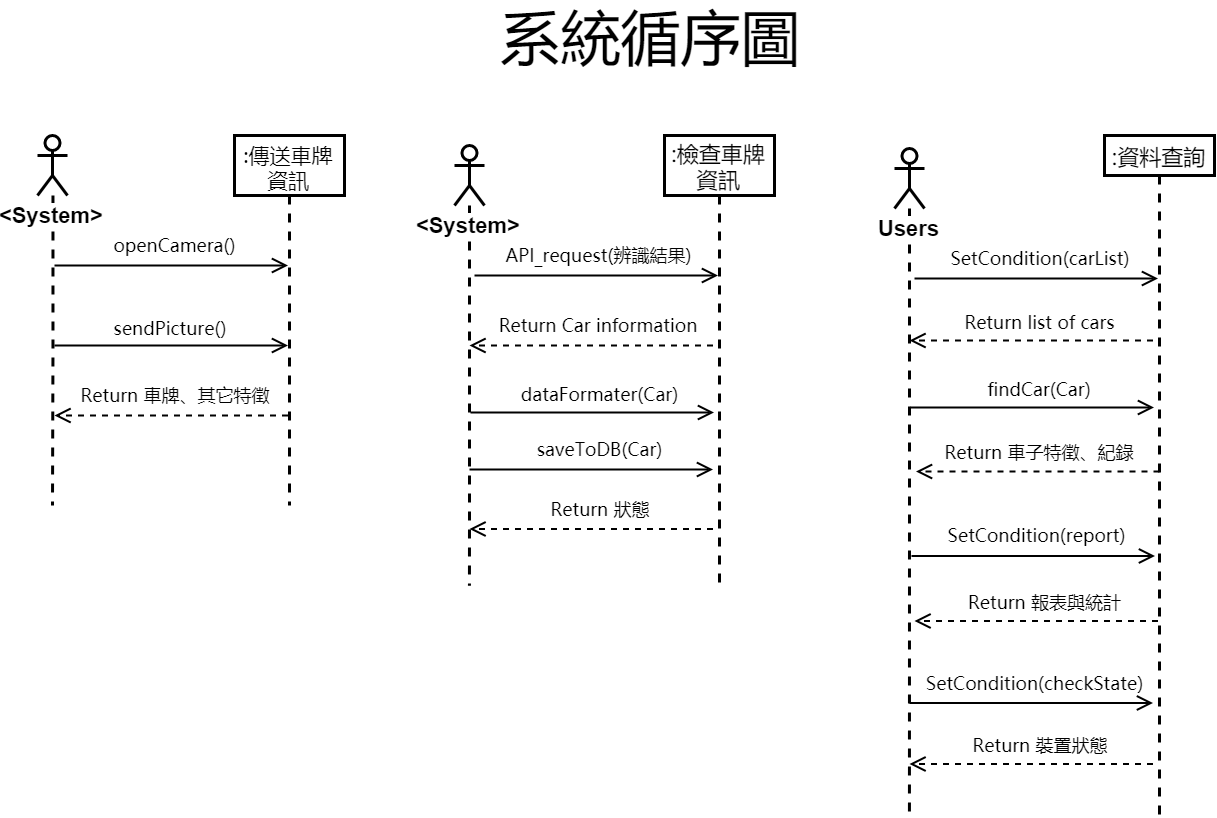
Above: sequence_diagram.png in YoShane/OO_Assignment (draw.io), before the change. Source tidied: cells renumbered, new cells last; positions are measured from the earlier drawing's top-left corner, leaving out a move shared by most shapes. The source it was exported from:
```xml
<mxGraphModel>
  <root>
    <mxCell id="0" />
    <mxCell id="1" parent="0" />
    <mxCell id="2" value="&lt;font style=&quot;font-size: 60px&quot;&gt;系統循序圖&lt;/font&gt;" style="text;html=1;strokeColor=none;fillColor=none;align=center;verticalAlign=middle;whiteSpace=wrap;rounded=0;fontFamily= Microsoft Yahei;fontSize=60;" parent="1" vertex="1">
      <mxGeometry x="429" width="368" height="20" as="geometry" />
    </mxCell>
    <mxCell id="3" style="edgeStyle=orthogonalEdgeStyle;rounded=0;jettySize=auto;html=1;strokeWidth=3;dashed=1;endArrow=none;endFill=0;" parent="1" edge="1" source="4">
      <mxGeometry relative="1" as="geometry">
        <mxPoint x="15" y="480" as="targetPoint" />
      </mxGeometry>
    </mxCell>
    <mxCell id="4" value="&lt;font style=&quot;font-size: 22px&quot;&gt;&lt;b&gt;&amp;lt;System&amp;gt;&lt;/b&gt;&lt;/font&gt;" style="shape=umlActor;verticalLabelPosition=bottom;labelBackgroundColor=#ffffff;verticalAlign=top;html=1;strokeWidth=3;" parent="1" vertex="1">
      <mxGeometry y="110" width="30" height="60" as="geometry" />
    </mxCell>
    <mxCell id="5" value="&lt;font style=&quot;font-size: 21px;&quot;&gt;:傳送車牌資訊&lt;/font&gt;" style="shape=umlLifeline;perimeter=lifelinePerimeter;whiteSpace=wrap;html=1;outlineConnect=0;strokeWidth=3;fontFamily= Microsoft Yahei;fontSize=21;size=60;" parent="1" vertex="1">
      <mxGeometry x="197" y="110" width="110" height="370" as="geometry" />
    </mxCell>
    <mxCell id="6" style="endArrow=open;endFill=1;endSize=12;html=1;strokeWidth=2;fontFamily= Microsoft Yahei;fontSize=18;" parent="1" edge="1" target="5">
      <mxGeometry relative="1" as="geometry">
        <mxPoint x="17" y="240" as="sourcePoint" />
      </mxGeometry>
    </mxCell>
    <mxCell id="7" value="&lt;font style=&quot;font-size: 18px&quot;&gt;openCamera()&lt;/font&gt;" style="text;html=1;strokeColor=none;fillColor=none;align=center;verticalAlign=middle;whiteSpace=wrap;rounded=0;fontFamily= Microsoft Yahei;fontSize=18;" parent="1" vertex="1">
      <mxGeometry x="77" y="210" width="120" height="20" as="geometry" />
    </mxCell>
    <mxCell id="8" style="endArrow=open;endFill=1;endSize=12;html=1;strokeWidth=2;fontFamily= Microsoft Yahei;fontSize=18;" parent="1" edge="1" target="5">
      <mxGeometry relative="1" as="geometry">
        <mxPoint x="17" y="320" as="sourcePoint" />
      </mxGeometry>
    </mxCell>
    <mxCell id="9" value="&lt;font style=&quot;font-size: 18px&quot;&gt;sendPicture()&lt;/font&gt;" style="text;html=1;strokeColor=none;fillColor=none;align=center;verticalAlign=middle;whiteSpace=wrap;rounded=0;fontFamily= Microsoft Yahei;fontSize=18;" parent="1" vertex="1">
      <mxGeometry x="82" y="293" width="100" height="20" as="geometry" />
    </mxCell>
    <mxCell id="10" style="endArrow=open;endFill=1;endSize=12;html=1;strokeWidth=2;fontFamily= Microsoft Yahei;fontSize=18;dashed=1;" parent="1" edge="1" source="5">
      <mxGeometry relative="1" as="geometry">
        <mxPoint x="17" y="390" as="targetPoint" />
      </mxGeometry>
    </mxCell>
    <mxCell id="11" value="Return 車牌、其它特徵" style="text;html=1;strokeColor=none;fillColor=none;align=center;verticalAlign=middle;whiteSpace=wrap;rounded=0;fontFamily= Microsoft Yahei;fontSize=18;" parent="1" vertex="1">
      <mxGeometry x="37" y="360" width="200" height="20" as="geometry" />
    </mxCell>
    <mxCell id="12" style="edgeStyle=orthogonalEdgeStyle;rounded=0;jettySize=auto;html=1;strokeWidth=3;dashed=1;endArrow=none;endFill=0;" parent="1" edge="1" source="13">
      <mxGeometry relative="1" as="geometry">
        <mxPoint x="432" y="560" as="targetPoint" />
        <Array as="points">
          <mxPoint x="432" y="490" />
        </Array>
      </mxGeometry>
    </mxCell>
    <mxCell id="13" value="&lt;font style=&quot;font-size: 22px&quot;&gt;&lt;b&gt;&amp;lt;System&amp;gt;&lt;/b&gt;&lt;/font&gt;" style="shape=umlActor;verticalLabelPosition=bottom;labelBackgroundColor=#ffffff;verticalAlign=top;html=1;strokeWidth=3;" parent="1" vertex="1">
      <mxGeometry x="417" y="120" width="30" height="60" as="geometry" />
    </mxCell>
    <mxCell id="14" value="&lt;font style=&quot;font-size: 22px;&quot;&gt;:檢查車牌資訊&lt;/font&gt;" style="shape=umlLifeline;perimeter=lifelinePerimeter;whiteSpace=wrap;html=1;outlineConnect=0;strokeWidth=3;fontFamily= Microsoft Yahei;fontSize=22;size=60;" parent="1" vertex="1">
      <mxGeometry x="627" y="110" width="110" height="450" as="geometry" />
    </mxCell>
    <mxCell id="15" style="endArrow=open;endFill=1;endSize=12;html=1;strokeWidth=2;fontFamily= Microsoft Yahei;fontSize=18;" parent="1" edge="1" target="14">
      <mxGeometry relative="1" as="geometry">
        <mxPoint x="437" y="250" as="sourcePoint" />
      </mxGeometry>
    </mxCell>
    <mxCell id="16" value="&lt;font style=&quot;font-size: 18px&quot;&gt;API_request(辨識結果)&lt;/font&gt;" style="text;html=1;strokeColor=none;fillColor=none;align=center;verticalAlign=middle;whiteSpace=wrap;rounded=0;fontFamily= Microsoft Yahei;fontSize=18;" parent="1" vertex="1">
      <mxGeometry x="461" y="220" width="200" height="20" as="geometry" />
    </mxCell>
    <mxCell id="17" style="endArrow=open;endFill=1;endSize=12;html=1;strokeWidth=2;fontFamily= Microsoft Yahei;fontSize=18;" parent="1" edge="1">
      <mxGeometry relative="1" as="geometry">
        <mxPoint x="432" y="444" as="sourcePoint" />
        <mxPoint x="675.5" y="444" as="targetPoint" />
      </mxGeometry>
    </mxCell>
    <mxCell id="18" value="&lt;font style=&quot;font-size: 18px&quot;&gt;saveToDB(Car)&lt;/font&gt;" style="text;html=1;strokeColor=none;fillColor=none;align=center;verticalAlign=middle;whiteSpace=wrap;rounded=0;fontFamily= Microsoft Yahei;fontSize=18;" parent="1" vertex="1">
      <mxGeometry x="487" y="413.5" width="150" height="20" as="geometry" />
    </mxCell>
    <mxCell id="19" style="endArrow=open;endFill=1;endSize=12;html=1;strokeWidth=2;fontFamily= Microsoft Yahei;fontSize=18;dashed=1;" parent="1" edge="1">
      <mxGeometry relative="1" as="geometry">
        <mxPoint x="675.5" y="320" as="sourcePoint" />
        <mxPoint x="432" y="320" as="targetPoint" />
      </mxGeometry>
    </mxCell>
    <mxCell id="20" value="Return Car information" style="text;html=1;strokeColor=none;fillColor=none;align=center;verticalAlign=middle;whiteSpace=wrap;rounded=0;fontFamily= Microsoft Yahei;fontSize=18;" parent="1" vertex="1">
      <mxGeometry x="452" y="290" width="215" height="20" as="geometry" />
    </mxCell>
    <mxCell id="21" style="endArrow=open;endFill=1;endSize=12;html=1;strokeWidth=2;fontFamily= Microsoft Yahei;fontSize=18;dashed=1;" parent="1" edge="1">
      <mxGeometry relative="1" as="geometry">
        <mxPoint x="675.5" y="503.5" as="sourcePoint" />
        <mxPoint x="432" y="503.5" as="targetPoint" />
      </mxGeometry>
    </mxCell>
    <mxCell id="22" value="Return 狀態" style="text;html=1;strokeColor=none;fillColor=none;align=center;verticalAlign=middle;whiteSpace=wrap;rounded=0;fontFamily= Microsoft Yahei;fontSize=18;" parent="1" vertex="1">
      <mxGeometry x="462" y="473.5" width="200" height="20" as="geometry" />
    </mxCell>
    <mxCell id="23" style="endArrow=open;endFill=1;endSize=12;html=1;strokeWidth=2;fontFamily= Microsoft Yahei;fontSize=18;" parent="1" edge="1">
      <mxGeometry relative="1" as="geometry">
        <mxPoint x="433" y="387" as="sourcePoint" />
        <mxPoint x="676.5" y="387" as="targetPoint" />
      </mxGeometry>
    </mxCell>
    <mxCell id="24" value="dataFormater(Car)" style="text;html=1;strokeColor=none;fillColor=none;align=center;verticalAlign=middle;whiteSpace=wrap;rounded=0;fontFamily= Microsoft Yahei;fontSize=18;" parent="1" vertex="1">
      <mxGeometry x="462" y="359" width="200" height="20" as="geometry" />
    </mxCell>
    <mxCell id="25" style="edgeStyle=orthogonalEdgeStyle;rounded=0;jettySize=auto;html=1;strokeWidth=3;dashed=1;endArrow=none;endFill=0;" parent="1" edge="1" source="26">
      <mxGeometry relative="1" as="geometry">
        <mxPoint x="872" y="790" as="targetPoint" />
        <Array as="points">
          <mxPoint x="872" y="493" />
        </Array>
      </mxGeometry>
    </mxCell>
    <mxCell id="26" value="Users" style="shape=umlActor;verticalLabelPosition=bottom;labelBackgroundColor=#ffffff;verticalAlign=top;html=1;strokeWidth=3;fontSize=22;fontStyle=1;" parent="1" vertex="1">
      <mxGeometry x="857" y="123" width="30" height="60" as="geometry" />
    </mxCell>
    <mxCell id="27" value="&lt;font style=&quot;font-size: 22px&quot;&gt;:資料查詢&lt;/font&gt;" style="shape=umlLifeline;perimeter=lifelinePerimeter;whiteSpace=wrap;html=1;outlineConnect=0;strokeWidth=3;fontFamily= Microsoft Yahei;fontSize=22;" parent="1" vertex="1">
      <mxGeometry x="1067" y="110" width="110" height="680" as="geometry" />
    </mxCell>
    <mxCell id="28" style="endArrow=open;endFill=1;endSize=12;html=1;strokeWidth=2;fontFamily= Microsoft Yahei;fontSize=18;" parent="1" edge="1" target="27">
      <mxGeometry relative="1" as="geometry">
        <mxPoint x="877" y="253" as="sourcePoint" />
      </mxGeometry>
    </mxCell>
    <mxCell id="29" value="&lt;font style=&quot;font-size: 18px&quot;&gt;SetCondition(carList)&lt;/font&gt;" style="text;html=1;strokeColor=none;fillColor=none;align=center;verticalAlign=middle;whiteSpace=wrap;rounded=0;fontFamily= Microsoft Yahei;fontSize=18;" parent="1" vertex="1">
      <mxGeometry x="917" y="223" width="170" height="20" as="geometry" />
    </mxCell>
    <mxCell id="30" style="endArrow=open;endFill=1;endSize=12;html=1;strokeWidth=2;fontFamily= Microsoft Yahei;fontSize=18;dashed=1;" parent="1" edge="1">
      <mxGeometry relative="1" as="geometry">
        <mxPoint x="1115.5" y="315" as="sourcePoint" />
        <mxPoint x="872" y="315" as="targetPoint" />
      </mxGeometry>
    </mxCell>
    <mxCell id="31" value="Return list of cars" style="text;html=1;strokeColor=none;fillColor=none;align=center;verticalAlign=middle;whiteSpace=wrap;rounded=0;fontFamily= Microsoft Yahei;fontSize=18;" parent="1" vertex="1">
      <mxGeometry x="902" y="287" width="200" height="20" as="geometry" />
    </mxCell>
    <mxCell id="32" style="endArrow=open;endFill=1;endSize=12;html=1;strokeWidth=2;fontFamily= Microsoft Yahei;fontSize=18;dashed=1;" parent="1" edge="1">
      <mxGeometry relative="1" as="geometry">
        <mxPoint x="1122" y="446" as="sourcePoint" />
        <mxPoint x="878.5" y="446" as="targetPoint" />
      </mxGeometry>
    </mxCell>
    <mxCell id="33" value="Return 報表與統計" style="text;html=1;strokeColor=none;fillColor=none;align=center;verticalAlign=middle;whiteSpace=wrap;rounded=0;fontFamily= Microsoft Yahei;fontSize=18;" parent="1" vertex="1">
      <mxGeometry x="907" y="567" width="200" height="20" as="geometry" />
    </mxCell>
    <mxCell id="34" style="endArrow=open;endFill=1;endSize=12;html=1;strokeWidth=2;fontFamily= Microsoft Yahei;fontSize=18;" parent="1" edge="1">
      <mxGeometry relative="1" as="geometry">
        <mxPoint x="873" y="382" as="sourcePoint" />
        <mxPoint x="1116.5" y="382" as="targetPoint" />
      </mxGeometry>
    </mxCell>
    <mxCell id="35" value="findCar(Car)" style="text;html=1;strokeColor=none;fillColor=none;align=center;verticalAlign=middle;whiteSpace=wrap;rounded=0;fontFamily= Microsoft Yahei;fontSize=18;" parent="1" vertex="1">
      <mxGeometry x="902" y="354" width="200" height="20" as="geometry" />
    </mxCell>
    <mxCell id="36" style="endArrow=open;endFill=1;endSize=12;html=1;strokeWidth=2;fontFamily= Microsoft Yahei;fontSize=18;dashed=1;" parent="1" edge="1">
      <mxGeometry relative="1" as="geometry">
        <mxPoint x="1120.5" y="595.5" as="sourcePoint" />
        <mxPoint x="877" y="595.5" as="targetPoint" />
      </mxGeometry>
    </mxCell>
    <mxCell id="37" value="Return 車子特徵、紀錄" style="text;html=1;strokeColor=none;fillColor=none;align=center;verticalAlign=middle;whiteSpace=wrap;rounded=0;fontFamily= Microsoft Yahei;fontSize=18;" parent="1" vertex="1">
      <mxGeometry x="901.5" y="416.5" width="200" height="20" as="geometry" />
    </mxCell>
    <mxCell id="38" style="endArrow=open;endFill=1;endSize=12;html=1;strokeWidth=2;fontFamily= Microsoft Yahei;fontSize=18;" parent="1" edge="1">
      <mxGeometry relative="1" as="geometry">
        <mxPoint x="874" y="530.5" as="sourcePoint" />
        <mxPoint x="1117.5" y="530.5" as="targetPoint" />
      </mxGeometry>
    </mxCell>
    <mxCell id="39" value="&lt;font style=&quot;font-size: 18px&quot;&gt;SetCondition(report)&lt;/font&gt;" style="text;html=1;strokeColor=none;fillColor=none;align=center;verticalAlign=middle;whiteSpace=wrap;rounded=0;fontFamily= Microsoft Yahei;fontSize=18;" parent="1" vertex="1">
      <mxGeometry x="914" y="500.5" width="170" height="20" as="geometry" />
    </mxCell>
    <mxCell id="40" value="Return 裝置狀態" style="text;html=1;strokeColor=none;fillColor=none;align=center;verticalAlign=middle;whiteSpace=wrap;rounded=0;fontFamily= Microsoft Yahei;fontSize=18;" parent="1" vertex="1">
      <mxGeometry x="902" y="710" width="200" height="20" as="geometry" />
    </mxCell>
    <mxCell id="41" style="endArrow=open;endFill=1;endSize=12;html=1;strokeWidth=2;fontFamily= Microsoft Yahei;fontSize=18;dashed=1;" parent="1" edge="1">
      <mxGeometry relative="1" as="geometry">
        <mxPoint x="1115.5" y="738.5" as="sourcePoint" />
        <mxPoint x="872" y="738.5" as="targetPoint" />
      </mxGeometry>
    </mxCell>
    <mxCell id="42" style="endArrow=open;endFill=1;endSize=12;html=1;strokeWidth=2;fontFamily= Microsoft Yahei;fontSize=18;" parent="1" edge="1">
      <mxGeometry relative="1" as="geometry">
        <mxPoint x="872" y="677.5" as="sourcePoint" />
        <mxPoint x="1115.5" y="677.5" as="targetPoint" />
      </mxGeometry>
    </mxCell>
    <mxCell id="43" value="&lt;font style=&quot;font-size: 18px&quot;&gt;SetCondition(checkState)&lt;/font&gt;" style="text;html=1;strokeColor=none;fillColor=none;align=center;verticalAlign=middle;whiteSpace=wrap;rounded=0;fontFamily= Microsoft Yahei;fontSize=18;" parent="1" vertex="1">
      <mxGeometry x="912" y="647.5" width="170" height="20" as="geometry" />
    </mxCell>
  </root>
</mxGraphModel>
```
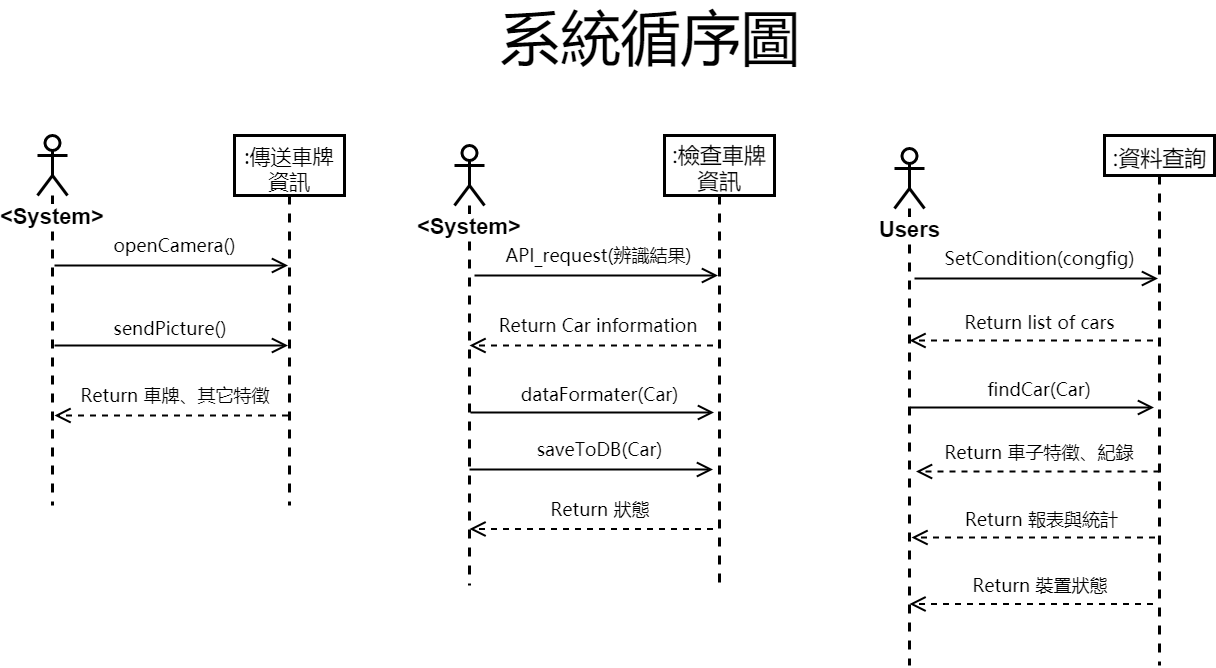
After the change.

Change to the diagram source:
```diff
@@ -100,7 +100,7 @@
     </mxCell>
     <mxCell id="25" style="edgeStyle=orthogonalEdgeStyle;rounded=0;jettySize=auto;html=1;strokeWidth=3;dashed=1;endArrow=none;endFill=0;" parent="1" edge="1" source="26">
       <mxGeometry relative="1" as="geometry">
-        <mxPoint x="872" y="790" as="targetPoint" />
+        <mxPoint x="872" y="640" as="targetPoint" />
         <Array as="points">
           <mxPoint x="872" y="493" />
         </Array>
@@ -110,14 +110,14 @@
       <mxGeometry x="857" y="123" width="30" height="60" as="geometry" />
     </mxCell>
     <mxCell id="27" value="&lt;font style=&quot;font-size: 22px&quot;&gt;:資料查詢&lt;/font&gt;" style="shape=umlLifeline;perimeter=lifelinePerimeter;whiteSpace=wrap;html=1;outlineConnect=0;strokeWidth=3;fontFamily= Microsoft Yahei;fontSize=22;" parent="1" vertex="1">
-      <mxGeometry x="1067" y="110" width="110" height="680" as="geometry" />
+      <mxGeometry x="1067" y="110" width="110" height="530" as="geometry" />
     </mxCell>
     <mxCell id="28" style="endArrow=open;endFill=1;endSize=12;html=1;strokeWidth=2;fontFamily= Microsoft Yahei;fontSize=18;" parent="1" edge="1" target="27">
       <mxGeometry relative="1" as="geometry">
         <mxPoint x="877" y="253" as="sourcePoint" />
       </mxGeometry>
     </mxCell>
-    <mxCell id="29" value="&lt;font style=&quot;font-size: 18px&quot;&gt;SetCondition(carList)&lt;/font&gt;" style="text;html=1;strokeColor=none;fillColor=none;align=center;verticalAlign=middle;whiteSpace=wrap;rounded=0;fontFamily= Microsoft Yahei;fontSize=18;" parent="1" vertex="1">
+    <mxCell id="29" value="&lt;font style=&quot;font-size: 18px&quot;&gt;SetCondition(congfig)&lt;/font&gt;" style="text;html=1;strokeColor=none;fillColor=none;align=center;verticalAlign=middle;whiteSpace=wrap;rounded=0;fontFamily= Microsoft Yahei;fontSize=18;" parent="1" vertex="1">
       <mxGeometry x="917" y="223" width="170" height="20" as="geometry" />
     </mxCell>
     <mxCell id="30" style="endArrow=open;endFill=1;endSize=12;html=1;strokeWidth=2;fontFamily= Microsoft Yahei;fontSize=18;dashed=1;" parent="1" edge="1">
@@ -136,7 +136,7 @@
       </mxGeometry>
     </mxCell>
     <mxCell id="33" value="Return 報表與統計" style="text;html=1;strokeColor=none;fillColor=none;align=center;verticalAlign=middle;whiteSpace=wrap;rounded=0;fontFamily= Microsoft Yahei;fontSize=18;" parent="1" vertex="1">
-      <mxGeometry x="907" y="567" width="200" height="20" as="geometry" />
+      <mxGeometry x="904" y="483.5" width="200" height="20" as="geometry" />
     </mxCell>
     <mxCell id="34" style="endArrow=open;endFill=1;endSize=12;html=1;strokeWidth=2;fontFamily= Microsoft Yahei;fontSize=18;" parent="1" edge="1">
       <mxGeometry relative="1" as="geometry">
@@ -149,39 +149,21 @@
     </mxCell>
     <mxCell id="36" style="endArrow=open;endFill=1;endSize=12;html=1;strokeWidth=2;fontFamily= Microsoft Yahei;fontSize=18;dashed=1;" parent="1" edge="1">
       <mxGeometry relative="1" as="geometry">
-        <mxPoint x="1120.5" y="595.5" as="sourcePoint" />
-        <mxPoint x="877" y="595.5" as="targetPoint" />
+        <mxPoint x="1117.5" y="512" as="sourcePoint" />
+        <mxPoint x="874" y="512" as="targetPoint" />
       </mxGeometry>
     </mxCell>
     <mxCell id="37" value="Return 車子特徵、紀錄" style="text;html=1;strokeColor=none;fillColor=none;align=center;verticalAlign=middle;whiteSpace=wrap;rounded=0;fontFamily= Microsoft Yahei;fontSize=18;" parent="1" vertex="1">
       <mxGeometry x="901.5" y="416.5" width="200" height="20" as="geometry" />
     </mxCell>
-    <mxCell id="38" style="endArrow=open;endFill=1;endSize=12;html=1;strokeWidth=2;fontFamily= Microsoft Yahei;fontSize=18;" parent="1" edge="1">
-      <mxGeometry relative="1" as="geometry">
-        <mxPoint x="874" y="530.5" as="sourcePoint" />
-        <mxPoint x="1117.5" y="530.5" as="targetPoint" />
-      </mxGeometry>
-    </mxCell>
-    <mxCell id="39" value="&lt;font style=&quot;font-size: 18px&quot;&gt;SetCondition(report)&lt;/font&gt;" style="text;html=1;strokeColor=none;fillColor=none;align=center;verticalAlign=middle;whiteSpace=wrap;rounded=0;fontFamily= Microsoft Yahei;fontSize=18;" parent="1" vertex="1">
-      <mxGeometry x="914" y="500.5" width="170" height="20" as="geometry" />
-    </mxCell>
     <mxCell id="40" value="Return 裝置狀態" style="text;html=1;strokeColor=none;fillColor=none;align=center;verticalAlign=middle;whiteSpace=wrap;rounded=0;fontFamily= Microsoft Yahei;fontSize=18;" parent="1" vertex="1">
-      <mxGeometry x="902" y="710" width="200" height="20" as="geometry" />
+      <mxGeometry x="902" y="550" width="200" height="20" as="geometry" />
     </mxCell>
     <mxCell id="41" style="endArrow=open;endFill=1;endSize=12;html=1;strokeWidth=2;fontFamily= Microsoft Yahei;fontSize=18;dashed=1;" parent="1" edge="1">
       <mxGeometry relative="1" as="geometry">
-        <mxPoint x="1115.5" y="738.5" as="sourcePoint" />
-        <mxPoint x="872" y="738.5" as="targetPoint" />
+        <mxPoint x="1115.5" y="578.5" as="sourcePoint" />
+        <mxPoint x="872" y="578.5" as="targetPoint" />
       </mxGeometry>
     </mxCell>
-    <mxCell id="42" style="endArrow=open;endFill=1;endSize=12;html=1;strokeWidth=2;fontFamily= Microsoft Yahei;fontSize=18;" parent="1" edge="1">
-      <mxGeometry relative="1" as="geometry">
-        <mxPoint x="872" y="677.5" as="sourcePoint" />
-        <mxPoint x="1115.5" y="677.5" as="targetPoint" />
-      </mxGeometry>
-    </mxCell>
-    <mxCell id="43" value="&lt;font style=&quot;font-size: 18px&quot;&gt;SetCondition(checkState)&lt;/font&gt;" style="text;html=1;strokeColor=none;fillColor=none;align=center;verticalAlign=middle;whiteSpace=wrap;rounded=0;fontFamily= Microsoft Yahei;fontSize=18;" parent="1" vertex="1">
-      <mxGeometry x="912" y="647.5" width="170" height="20" as="geometry" />
-    </mxCell>
   </root>
 </mxGraphModel>
```
